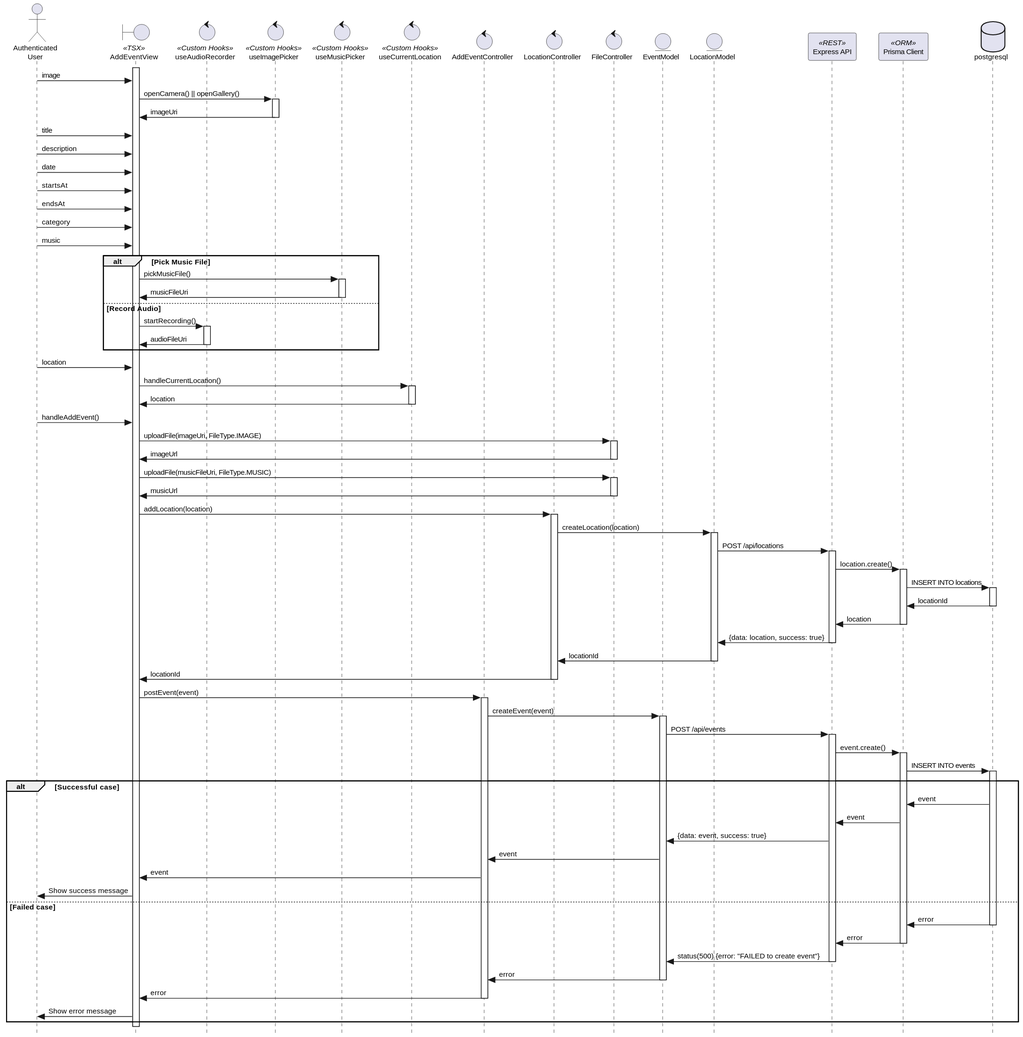
Above: Diseño/React Native/UC 6 Diseño/diagramas/InteractionSequenceDiagram.svg in valeraruggierotesisucv/tesis-frameworks-mobile-diagrams (PlantUML), before the change.
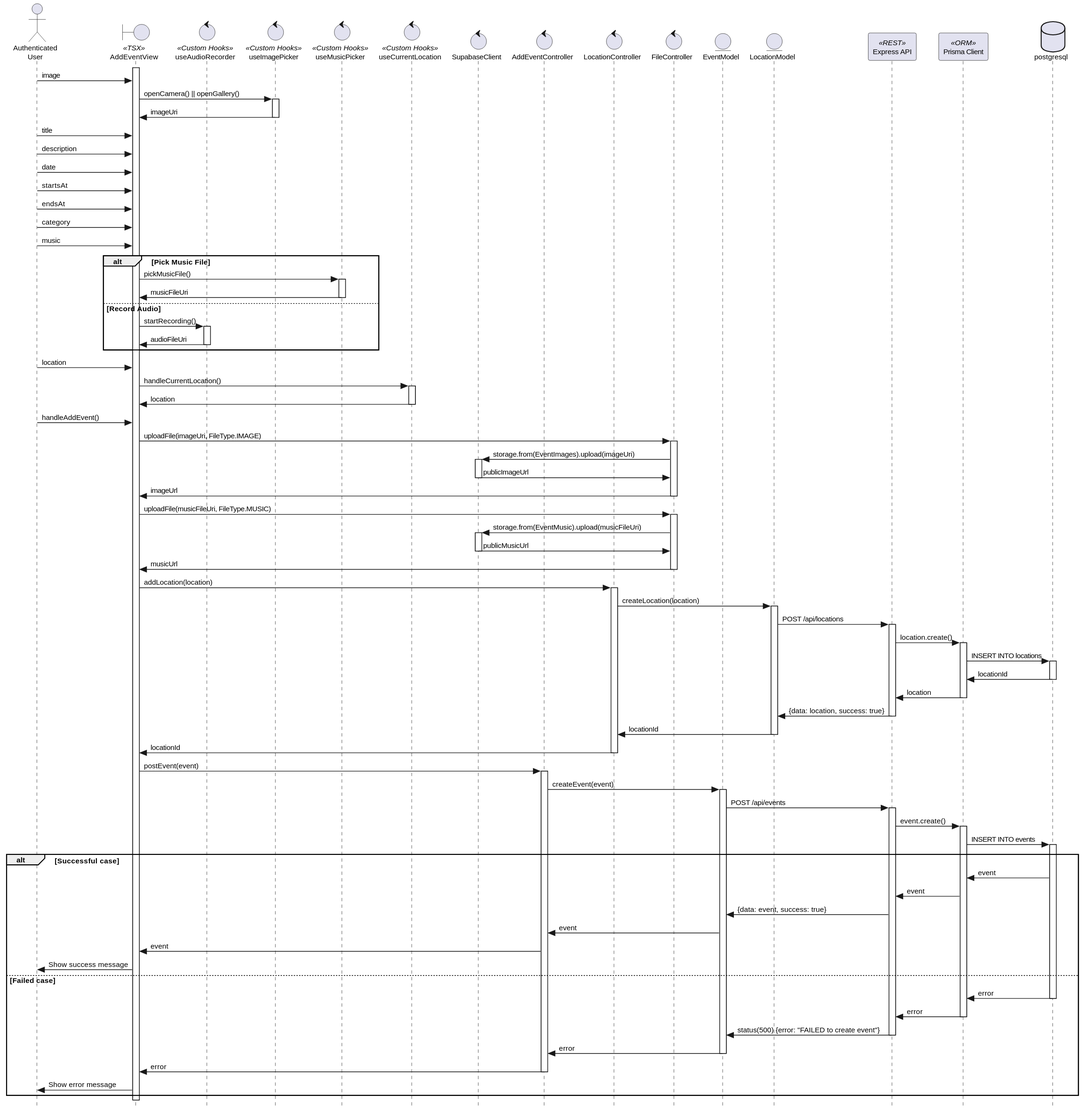
The same file after the commit.

Commit message:
Update interaction sequence diagrams with Supabase storage upload details

Diff of the diagram source:
```diff
@@ -11,6 +11,7 @@
 control "useImagePicker" as useImagePicker << Custom Hooks >>
 control "useMusicPicker" as useMusicPicker << Custom Hooks >>
 control "useCurrentLocation" as useCurrentLocation << Custom Hooks >>
+control "SupabaseClient" as SupabaseClient
 
 control "AddEventController" as AddEventController
 control "LocationController" as LocationController
@@ -62,11 +63,19 @@
 
 AddEventView -> FileController : uploadFile(imageUri, FileType.IMAGE)
 activate FileController
+FileController -> SupabaseClient : storage.from(EventImages).upload(imageUri)
+activate SupabaseClient
+SupabaseClient -> FileController : publicImageUrl
+deactivate SupabaseClient
 FileController -> AddEventView : imageUrl
 deactivate FileController
 
 AddEventView -> FileController : uploadFile(musicFileUri, FileType.MUSIC)
 activate FileController
+FileController -> SupabaseClient : storage.from(EventMusic).upload(musicFileUri)
+activate SupabaseClient
+SupabaseClient -> FileController : publicMusicUrl
+deactivate SupabaseClient
 FileController -> AddEventView : musicUrl
 deactivate FileController
 
```
